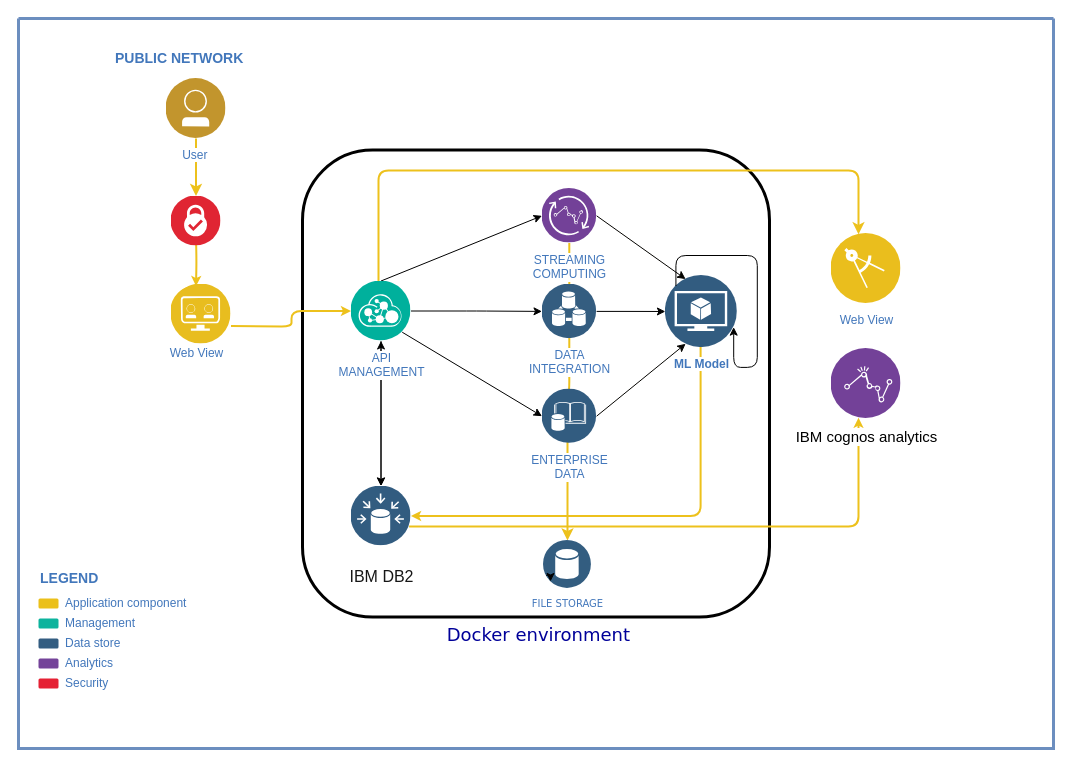
Before: IBM hackathon Diagram.drawio in ajmalbinnizam/IBM-Call-for-Code-2022, a draw.io diagram. Source tidied: cells renumbered, new cells numbered last; positions are measured from the earlier drawing's top-left corner, leaving out a move shared by most shapes. Both pictures are drawn from the tidied source at 100%, with x=0, y=0 at pixel (18, 18).
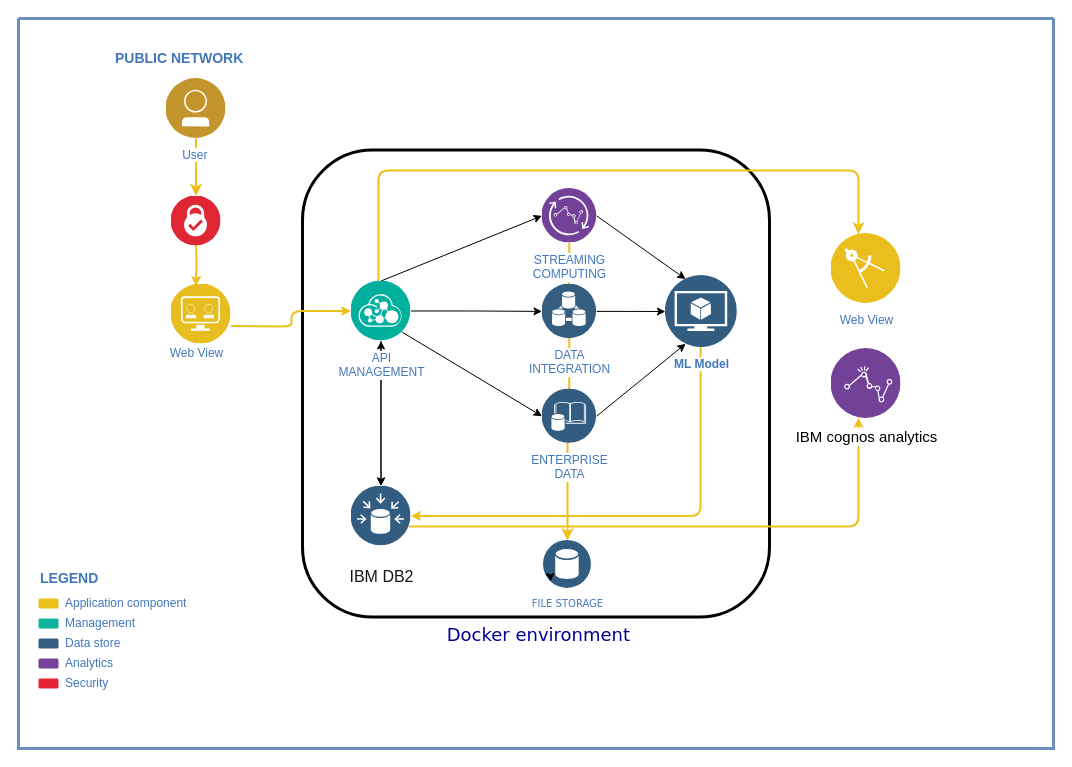
The same diagram, later.

The change refers to these unchanged cells:
```xml
<mxCell id="2" style="swimlane;shadow=0;strokeColor=#6c8ebf;fillColor=#dae8fc;align=left;startSize=0;strokeWidth=3;labelBorderColor=default;rounded=1;" parent="1" vertex="1">
  <mxGeometry width="1035" height="730" as="geometry" />
</mxCell>
<mxCell id="23" value="&lt;b&gt;ML Model&lt;/b&gt;" style="perimeter=ellipsePerimeter;html=1;align=center;shadow=0;dashed=0;fontColor=#4277BB;labelBackgroundColor=#ffffff;fontSize=12;spacingTop=3;image;image=img/lib/ibm/data/model.svg;rounded=1;" parent="2" vertex="1">
  <mxGeometry x="646.9" y="257" width="71.9" height="71.9" as="geometry" />
</mxCell>
```

Change to the diagram source:
```diff
@@
-    <mxCell id="43" style="edgeStyle=orthogonalEdgeStyle;rounded=1;orthogonalLoop=1;jettySize=auto;html=1;exitX=0;exitY=0;exitDx=0;exitDy=0;entryX=1;entryY=0.75;entryDx=0;entryDy=0;fontFamily=Verdana;fontSize=18;" parent="2" edge="1" source="23" target="23">
-      <mxGeometry relative="1" as="geometry" />
-    </mxCell>
```
